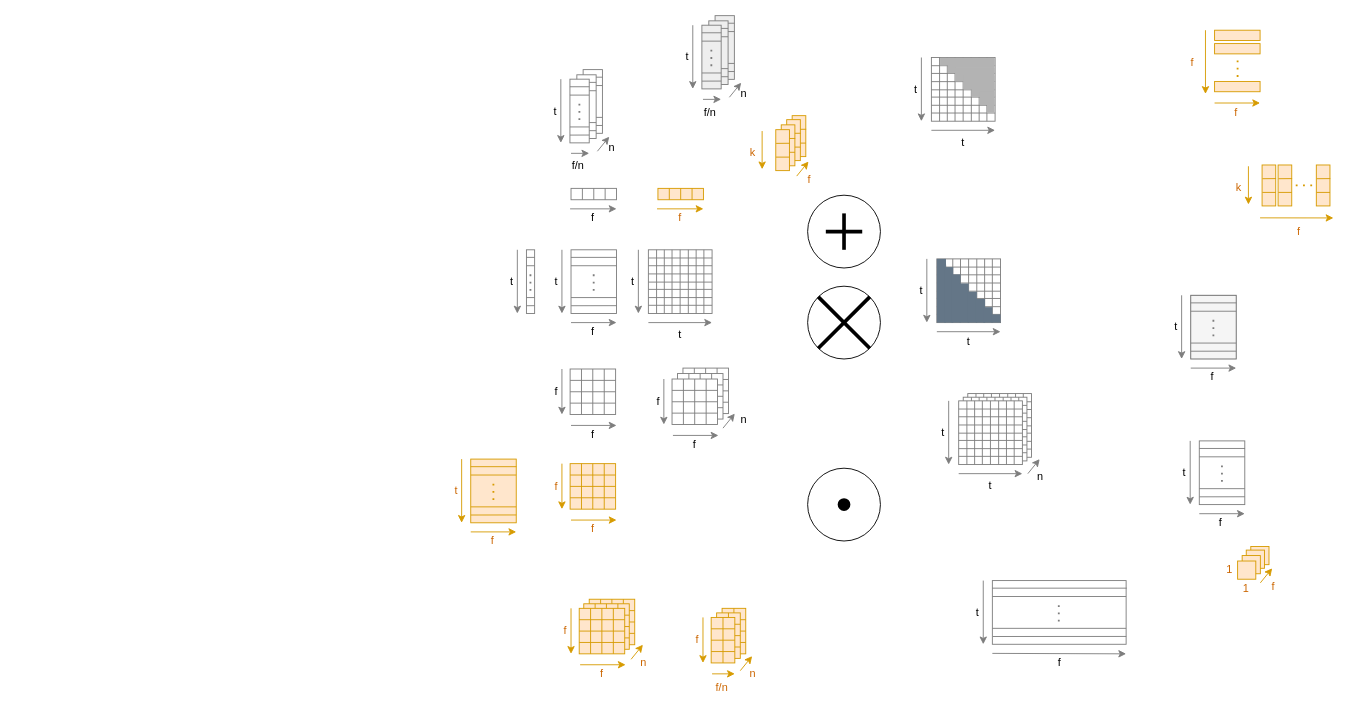
The draw.io diagram page "Base Figures" (1 of 6) of Untitled Diagram.drawio in OleguerCanal/diagrams, before the edit. Source tidied: cells renumbered, new cells numbered last; positions are measured from the earlier drawing's top-left corner, leaving out a move shared by most shapes. Both pictures are drawn from the tidied source at 91%, with x=0, y=0 at pixel (451, 15).
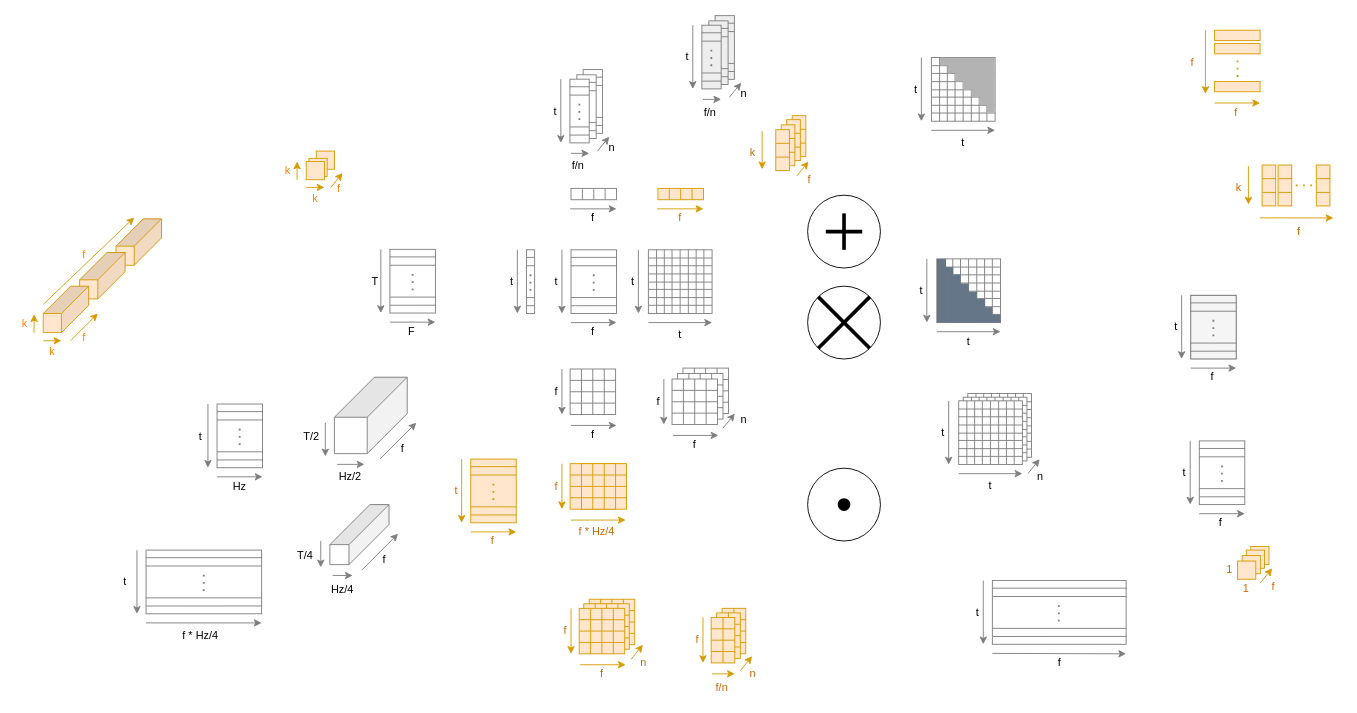
After the change.

The change refers to these unchanged cells:
```xml
<mxCell id="174" style="rounded=0;whiteSpace=wrap;html=1;strokeColor=#d79b00;fillColor=#ffe6cc;" parent="1" vertex="1">
  <mxGeometry x="130" y="492" width="50" height="50" as="geometry" />
</mxCell>
```

Change to the diagram source:
```diff
@@
+    <mxCell id="394" style="rounded=0;whiteSpace=wrap;html=1;strokeColor=#d79b00;fillColor=#ffe6cc;" parent="1" vertex="1">
+      <mxGeometry x="142" y="492" width="50" height="50" as="geometry" />
+    </mxCell>
+    <mxCell id="395" style="shape=cube;whiteSpace=wrap;html=1;boundedLbl=1;backgroundOutline=1;darkOpacity=0.05;darkOpacity2=0.1;strokeColor=#d79b00;direction=south;fillColor=#ffe6cc;size=30;" parent="1" vertex="1">
+      <mxGeometry x="-369" y="223" width="50" height="51" as="geometry" />
+    </mxCell>
+    <mxCell id="396" style="shape=cube;whiteSpace=wrap;html=1;boundedLbl=1;backgroundOutline=1;darkOpacity=0.05;darkOpacity2=0.1;strokeColor=#d79b00;direction=south;fillColor=#ffe6cc;size=30;" parent="1" vertex="1">
+      <mxGeometry x="-409" y="260" width="50" height="51" as="geometry" />
+    </mxCell>
@@
     <mxCell id="175" style="endArrow=classic;html=1;rounded=0;strokeColor=#d79b00;fillColor=#ffe6cc;" parent="1" edge="1">
       <mxGeometry relative="1" as="geometry">
         <mxPoint x="131" y="554" as="sourcePoint" />
-        <mxPoint x="181" y="554" as="targetPoint" />
+        <mxPoint x="191" y="554" as="targetPoint" />
       </mxGeometry>
     </mxCell>
-    <mxCell id="176" value="f" style="text;html=1;strokeColor=none;fillColor=none;align=center;verticalAlign=middle;whiteSpace=wrap;rounded=0;fontColor=#CC6600;" parent="1" vertex="1">
-      <mxGeometry x="150" y="554" width="10" height="20" as="geometry" />
+    <mxCell id="176" value="f * Hz/4" style="text;html=1;strokeColor=none;fillColor=none;align=center;verticalAlign=middle;whiteSpace=wrap;rounded=0;fontColor=#CC6600;" parent="1" vertex="1">
+      <mxGeometry x="130" y="557" width="59" height="20" as="geometry" />
     </mxCell>
-    <mxCell id="177" style="endArrow=none;html=1;rounded=0;entryX=1;entryY=0.5;entryDx=0;entryDy=0;exitX=0;exitY=0.5;exitDx=0;exitDy=0;strokeColor=#d79b00;fillColor=#ffe6cc;" parent="1" edge="1" source="174" target="174">
+    <mxCell id="177" style="endArrow=none;html=1;rounded=0;entryX=1;entryY=0.5;entryDx=0;entryDy=0;exitX=0;exitY=0.5;exitDx=0;exitDy=0;strokeColor=#d79b00;fillColor=#ffe6cc;" parent="1" edge="1" source="174" target="394">
       <mxGeometry relative="1" as="geometry" />
     </mxCell>
-    <mxCell id="178" style="endArrow=none;html=1;rounded=0;entryX=1;entryY=0.75;entryDx=0;entryDy=0;exitX=0;exitY=0.75;exitDx=0;exitDy=0;strokeColor=#d79b00;fillColor=#ffe6cc;" parent="1" edge="1" source="174" target="174">
+    <mxCell id="178" style="endArrow=none;html=1;rounded=0;entryX=1;entryY=0.75;entryDx=0;entryDy=0;exitX=0;exitY=0.75;exitDx=0;exitDy=0;strokeColor=#d79b00;fillColor=#ffe6cc;" parent="1" edge="1" source="174" target="394">
       <mxGeometry relative="1" as="geometry" />
     </mxCell>
-    <mxCell id="179" style="endArrow=none;html=1;rounded=0;entryX=1;entryY=0.25;entryDx=0;entryDy=0;exitX=0;exitY=0.25;exitDx=0;exitDy=0;strokeColor=#d79b00;fillColor=#ffe6cc;" parent="1" edge="1" source="174" target="174">
+    <mxCell id="179" style="endArrow=none;html=1;rounded=0;entryX=1;entryY=0.25;entryDx=0;entryDy=0;exitX=0;exitY=0.25;exitDx=0;exitDy=0;strokeColor=#d79b00;fillColor=#ffe6cc;" parent="1" edge="1" source="174" target="394">
       <mxGeometry relative="1" as="geometry" />
     </mxCell>
@@
+    <mxCell id="397" style="rounded=0;whiteSpace=wrap;html=1;strokeColor=#7D7D7D;" parent="1" vertex="1">
+      <mxGeometry x="-68" y="256.5" width="50" height="70" as="geometry" />
+    </mxCell>
+    <mxCell id="398" style="endArrow=none;html=1;rounded=0;entryX=1;entryY=0.25;entryDx=0;entryDy=0;exitX=0;exitY=0.25;exitDx=0;exitDy=0;strokeColor=#7D7D7D;" parent="1" edge="1" source="397" target="397">
+      <mxGeometry relative="1" as="geometry" />
+    </mxCell>
+    <mxCell id="399" style="endArrow=none;html=1;rounded=0;entryX=1;entryY=0.75;entryDx=0;entryDy=0;exitX=0;exitY=0.75;exitDx=0;exitDy=0;strokeColor=#7D7D7D;" parent="1" edge="1" source="397" target="397">
+      <mxGeometry relative="1" as="geometry" />
+    </mxCell>
+    <mxCell id="400" style="endArrow=none;html=1;rounded=0;exitX=-0.002;exitY=0.119;exitDx=0;exitDy=0;exitPerimeter=0;entryX=1.005;entryY=0.119;entryDx=0;entryDy=0;entryPerimeter=0;strokeColor=#7D7D7D;" parent="1" edge="1" source="397" target="397">
+      <mxGeometry relative="1" as="geometry" />
+    </mxCell>
+    <mxCell id="401" style="endArrow=none;html=1;rounded=0;exitX=0.003;exitY=0.878;exitDx=0;exitDy=0;exitPerimeter=0;entryX=1.001;entryY=0.877;entryDx=0;entryDy=0;entryPerimeter=0;strokeColor=#7D7D7D;" parent="1" edge="1" source="397" target="397">
+      <mxGeometry relative="1" as="geometry" />
+    </mxCell>
+    <mxCell id="402" style="endArrow=none;dashed=1;html=1;dashPattern=1 3;strokeWidth=2;rounded=0;strokeColor=#7D7D7D;" parent="1" edge="1">
+      <mxGeometry relative="1" as="geometry">
+        <mxPoint x="-43.1" y="301.5" as="sourcePoint" />
+        <mxPoint x="-43.1" y="281.5" as="targetPoint" />
+        <Array as="points">
+          <mxPoint x="-43.1" y="301.5" />
+        </Array>
+      </mxGeometry>
+    </mxCell>
+    <mxCell id="403" style="endArrow=classic;html=1;rounded=0;strokeColor=#7D7D7D;" parent="1" edge="1">
+      <mxGeometry relative="1" as="geometry">
+        <mxPoint x="-78" y="256.5" as="sourcePoint" />
+        <mxPoint x="-78" y="326.5" as="targetPoint" />
+      </mxGeometry>
+    </mxCell>
+    <mxCell id="404" style="endArrow=classic;html=1;rounded=0;strokeColor=#7D7D7D;" parent="1" edge="1">
+      <mxGeometry relative="1" as="geometry">
+        <mxPoint x="-68" y="336.5" as="sourcePoint" />
+        <mxPoint x="-18" y="336.5" as="targetPoint" />
+      </mxGeometry>
+    </mxCell>
+    <mxCell id="405" value="T" style="text;html=1;strokeColor=none;fillColor=none;align=center;verticalAlign=middle;whiteSpace=wrap;rounded=0;" parent="1" vertex="1">
+      <mxGeometry x="-89" y="276.5" width="10" height="30" as="geometry" />
+    </mxCell>
+    <mxCell id="406" value="F" style="text;html=1;strokeColor=none;fillColor=none;align=center;verticalAlign=middle;whiteSpace=wrap;rounded=0;" parent="1" vertex="1">
+      <mxGeometry x="-49" y="336.5" width="10" height="20" as="geometry" />
+    </mxCell>
+    <mxCell id="407" style="endArrow=classic;html=1;rounded=0;strokeColor=#7D7D7D;" parent="1" edge="1">
+      <mxGeometry relative="1" as="geometry">
+        <mxPoint x="-139" y="447" as="sourcePoint" />
+        <mxPoint x="-139" y="484" as="targetPoint" />
+      </mxGeometry>
+    </mxCell>
+    <mxCell id="408" style="endArrow=classic;html=1;rounded=0;strokeColor=#7D7D7D;" parent="1" edge="1">
+      <mxGeometry relative="1" as="geometry">
+        <mxPoint x="-126" y="492.8" as="sourcePoint" />
+        <mxPoint x="-96" y="492.8" as="targetPoint" />
+      </mxGeometry>
+    </mxCell>
+    <mxCell id="409" value="T/2" style="text;html=1;strokeColor=none;fillColor=none;align=center;verticalAlign=middle;whiteSpace=wrap;rounded=0;" parent="1" vertex="1">
+      <mxGeometry x="-171" y="446.5" width="34" height="30" as="geometry" />
+    </mxCell>
+    <mxCell id="410" value="Hz/2" style="text;html=1;strokeColor=none;fillColor=none;align=center;verticalAlign=middle;whiteSpace=wrap;rounded=0;" parent="1" vertex="1">
+      <mxGeometry x="-137" y="496" width="51" height="20" as="geometry" />
+    </mxCell>
+    <mxCell id="411" style="shape=cube;whiteSpace=wrap;html=1;boundedLbl=1;backgroundOutline=1;darkOpacity=0.05;darkOpacity2=0.1;strokeColor=#7D7D7D;direction=south;size=44;" parent="1" vertex="1">
+      <mxGeometry x="-129" y="397" width="80" height="84" as="geometry" />
+    </mxCell>
+    <mxCell id="412" style="endArrow=classic;html=1;rounded=0;strokeColor=#7D7D7D;" parent="1" edge="1">
+      <mxGeometry relative="1" as="geometry">
+        <mxPoint x="-79" y="487" as="sourcePoint" />
+        <mxPoint x="-39" y="447" as="targetPoint" />
+      </mxGeometry>
+    </mxCell>
+    <mxCell id="413" value="f" style="text;html=1;strokeColor=none;fillColor=none;align=center;verticalAlign=middle;whiteSpace=wrap;rounded=0;" parent="1" vertex="1">
+      <mxGeometry x="-59" y="461" width="10" height="30" as="geometry" />
+    </mxCell>
+    <mxCell id="414" style="rounded=0;whiteSpace=wrap;html=1;strokeColor=#7D7D7D;" parent="1" vertex="1">
+      <mxGeometry x="-258" y="426.5" width="50" height="70" as="geometry" />
+    </mxCell>
+    <mxCell id="415" style="endArrow=none;html=1;rounded=0;entryX=1;entryY=0.25;entryDx=0;entryDy=0;exitX=0;exitY=0.25;exitDx=0;exitDy=0;strokeColor=#7D7D7D;" parent="1" edge="1" source="414" target="414">
+      <mxGeometry relative="1" as="geometry" />
+    </mxCell>
+    <mxCell id="416" style="endArrow=none;html=1;rounded=0;entryX=1;entryY=0.75;entryDx=0;entryDy=0;exitX=0;exitY=0.75;exitDx=0;exitDy=0;strokeColor=#7D7D7D;" parent="1" edge="1" source="414" target="414">
+      <mxGeometry relative="1" as="geometry" />
+    </mxCell>
+    <mxCell id="417" style="endArrow=none;html=1;rounded=0;exitX=-0.002;exitY=0.119;exitDx=0;exitDy=0;exitPerimeter=0;entryX=1.005;entryY=0.119;entryDx=0;entryDy=0;entryPerimeter=0;strokeColor=#7D7D7D;" parent="1" edge="1" source="414" target="414">
+      <mxGeometry relative="1" as="geometry" />
+    </mxCell>
+    <mxCell id="418" style="endArrow=none;html=1;rounded=0;exitX=0.003;exitY=0.878;exitDx=0;exitDy=0;exitPerimeter=0;entryX=1.001;entryY=0.877;entryDx=0;entryDy=0;entryPerimeter=0;strokeColor=#7D7D7D;" parent="1" edge="1" source="414" target="414">
+      <mxGeometry relative="1" as="geometry" />
+    </mxCell>
+    <mxCell id="419" style="endArrow=none;dashed=1;html=1;dashPattern=1 3;strokeWidth=2;rounded=0;strokeColor=#7D7D7D;" parent="1" edge="1">
+      <mxGeometry relative="1" as="geometry">
+        <mxPoint x="-233.1" y="471.5" as="sourcePoint" />
+        <mxPoint x="-233.1" y="451.5" as="targetPoint" />
+        <Array as="points">
+          <mxPoint x="-233.1" y="471.5" />
+        </Array>
+      </mxGeometry>
+    </mxCell>
+    <mxCell id="420" style="endArrow=classic;html=1;rounded=0;strokeColor=#7D7D7D;" parent="1" edge="1">
+      <mxGeometry relative="1" as="geometry">
+        <mxPoint x="-268" y="426.5" as="sourcePoint" />
+        <mxPoint x="-268" y="496.5" as="targetPoint" />
+      </mxGeometry>
+    </mxCell>
+    <mxCell id="421" style="endArrow=classic;html=1;rounded=0;strokeColor=#7D7D7D;" parent="1" edge="1">
+      <mxGeometry relative="1" as="geometry">
+        <mxPoint x="-258" y="506.5" as="sourcePoint" />
+        <mxPoint x="-208" y="506.5" as="targetPoint" />
+      </mxGeometry>
+    </mxCell>
+    <mxCell id="422" value="t" style="text;html=1;strokeColor=none;fillColor=none;align=center;verticalAlign=middle;whiteSpace=wrap;rounded=0;" parent="1" vertex="1">
+      <mxGeometry x="-281" y="446.5" width="10" height="30" as="geometry" />
+    </mxCell>
+    <mxCell id="423" value="Hz" style="text;html=1;strokeColor=none;fillColor=none;align=center;verticalAlign=middle;whiteSpace=wrap;rounded=0;" parent="1" vertex="1">
+      <mxGeometry x="-238" y="507" width="10" height="20" as="geometry" />
+    </mxCell>
+    <mxCell id="424" style="shape=cube;whiteSpace=wrap;html=1;boundedLbl=1;backgroundOutline=1;darkOpacity=0.05;darkOpacity2=0.1;strokeColor=#d79b00;direction=south;fillColor=#ffe6cc;size=30;" parent="1" vertex="1">
+      <mxGeometry x="-449" y="297" width="50" height="51" as="geometry" />
+    </mxCell>
+    <mxCell id="425" value="&lt;font color=&quot;#ff8000&quot;&gt;f&lt;/font&gt;" style="text;html=1;strokeColor=none;fillColor=none;align=center;verticalAlign=middle;whiteSpace=wrap;rounded=0;" parent="1" vertex="1">
+      <mxGeometry x="-409" y="338.5" width="10" height="30" as="geometry" />
+    </mxCell>
+    <mxCell id="426" style="endArrow=classic;html=1;rounded=0;strokeColor=#d79b00;fillColor=#ffe6cc;" parent="1" edge="1">
+      <mxGeometry relative="1" as="geometry">
+        <mxPoint x="-419" y="357" as="sourcePoint" />
+        <mxPoint x="-389" y="327" as="targetPoint" />
+      </mxGeometry>
+    </mxCell>
+    <mxCell id="427" value="&lt;font color=&quot;#ff8000&quot;&gt;f&lt;/font&gt;" style="text;html=1;strokeColor=none;fillColor=none;align=center;verticalAlign=middle;whiteSpace=wrap;rounded=0;" parent="1" vertex="1">
+      <mxGeometry x="-409" y="247" width="10" height="30" as="geometry" />
+    </mxCell>
+    <mxCell id="428" style="endArrow=classic;html=1;rounded=0;strokeColor=#d79b00;fillColor=#ffe6cc;" parent="1" edge="1">
+      <mxGeometry relative="1" as="geometry">
+        <mxPoint x="-449" y="317" as="sourcePoint" />
+        <mxPoint x="-349" y="221.5" as="targetPoint" />
+      </mxGeometry>
+    </mxCell>
+    <mxCell id="429" value="k" style="text;html=1;strokeColor=none;fillColor=none;align=center;verticalAlign=middle;whiteSpace=wrap;rounded=0;fontColor=#FF8000;" parent="1" vertex="1">
+      <mxGeometry x="-479" y="327.9" width="20" height="20" as="geometry" />
+    </mxCell>
+    <mxCell id="430" style="endArrow=classic;html=1;rounded=0;strokeColor=#d79b00;fillColor=#ffe6cc;entryX=1;entryY=0;entryDx=0;entryDy=0;" parent="1" edge="1" target="429">
+      <mxGeometry relative="1" as="geometry">
+        <mxPoint x="-459.1" y="348" as="sourcePoint" />
+      </mxGeometry>
+    </mxCell>
+    <mxCell id="431" value="k" style="text;html=1;strokeColor=none;fillColor=none;align=center;verticalAlign=middle;whiteSpace=wrap;rounded=0;fontColor=#FF8000;" parent="1" vertex="1">
+      <mxGeometry x="-449" y="359.1" width="20" height="20" as="geometry" />
+    </mxCell>
+    <mxCell id="432" style="endArrow=classic;html=1;rounded=0;strokeColor=#d79b00;fillColor=#ffe6cc;" parent="1" edge="1">
+      <mxGeometry relative="1" as="geometry">
+        <mxPoint x="-449" y="357" as="sourcePoint" />
+        <mxPoint x="-429" y="357" as="targetPoint" />
+      </mxGeometry>
+    </mxCell>
+    <mxCell id="433" style="whiteSpace=wrap;html=1;strokeColor=#d79b00;fillColor=#ffe6cc;" parent="1" vertex="1">
+      <mxGeometry x="-149" y="148.5" width="20" height="20" as="geometry" />
+    </mxCell>
+    <mxCell id="434" style="whiteSpace=wrap;html=1;strokeColor=#d79b00;fillColor=#ffe6cc;" parent="1" vertex="1">
+      <mxGeometry x="-157" y="156.5" width="20" height="20" as="geometry" />
+    </mxCell>
+    <mxCell id="435" style="whiteSpace=wrap;html=1;strokeColor=#d79b00;fillColor=#ffe6cc;" parent="1" vertex="1">
+      <mxGeometry x="-160" y="160" width="20" height="20" as="geometry" />
+    </mxCell>
+    <mxCell id="436" value="k" style="text;html=1;strokeColor=none;fillColor=none;align=center;verticalAlign=middle;whiteSpace=wrap;rounded=0;fontColor=#FF8000;" parent="1" vertex="1">
+      <mxGeometry x="-160" y="190.5" width="20" height="20" as="geometry" />
+    </mxCell>
+    <mxCell id="437" value="k" style="text;html=1;strokeColor=none;fillColor=none;align=center;verticalAlign=middle;whiteSpace=wrap;rounded=0;fontColor=#FF8000;" parent="1" vertex="1">
+      <mxGeometry x="-190" y="160" width="20" height="20" as="geometry" />
+    </mxCell>
+    <mxCell id="438" value="&lt;font color=&quot;#ff8000&quot;&gt;f&lt;/font&gt;" style="text;html=1;strokeColor=none;fillColor=none;align=center;verticalAlign=middle;whiteSpace=wrap;rounded=0;" parent="1" vertex="1">
+      <mxGeometry x="-129" y="174.5" width="10" height="30" as="geometry" />
+    </mxCell>
+    <mxCell id="439" style="endArrow=classic;html=1;rounded=0;strokeColor=#d79b00;fillColor=#ffe6cc;" parent="1" edge="1">
+      <mxGeometry relative="1" as="geometry">
+        <mxPoint x="-133" y="188.5" as="sourcePoint" />
+        <mxPoint x="-120" y="172.5" as="targetPoint" />
+      </mxGeometry>
+    </mxCell>
+    <mxCell id="440" style="endArrow=classic;html=1;rounded=0;strokeColor=#d79b00;fillColor=#ffe6cc;" parent="1" edge="1">
+      <mxGeometry relative="1" as="geometry">
+        <mxPoint x="-160" y="188.4" as="sourcePoint" />
+        <mxPoint x="-140" y="188.4" as="targetPoint" />
+      </mxGeometry>
+    </mxCell>
+    <mxCell id="441" style="endArrow=classic;html=1;rounded=0;strokeColor=#d79b00;fillColor=#ffe6cc;entryX=1;entryY=0;entryDx=0;entryDy=0;" parent="1" edge="1" target="437">
+      <mxGeometry relative="1" as="geometry">
+        <mxPoint x="-170.1" y="180.1" as="sourcePoint" />
+      </mxGeometry>
+    </mxCell>
+    <mxCell id="442" style="rounded=0;whiteSpace=wrap;html=1;strokeColor=#7D7D7D;" parent="1" vertex="1">
+      <mxGeometry x="-336" y="587" width="127" height="70" as="geometry" />
+    </mxCell>
+    <mxCell id="443" style="endArrow=none;html=1;rounded=0;entryX=1;entryY=0.25;entryDx=0;entryDy=0;exitX=0;exitY=0.25;exitDx=0;exitDy=0;strokeColor=#7D7D7D;" parent="1" edge="1" source="442" target="442">
+      <mxGeometry relative="1" as="geometry" />
+    </mxCell>
+    <mxCell id="444" style="endArrow=none;html=1;rounded=0;entryX=1;entryY=0.75;entryDx=0;entryDy=0;exitX=0;exitY=0.75;exitDx=0;exitDy=0;strokeColor=#7D7D7D;" parent="1" edge="1" source="442" target="442">
+      <mxGeometry relative="1" as="geometry" />
+    </mxCell>
+    <mxCell id="445" style="endArrow=none;html=1;rounded=0;exitX=-0.002;exitY=0.119;exitDx=0;exitDy=0;exitPerimeter=0;entryX=1.005;entryY=0.119;entryDx=0;entryDy=0;entryPerimeter=0;strokeColor=#7D7D7D;" parent="1" edge="1" source="442" target="442">
+      <mxGeometry relative="1" as="geometry" />
+    </mxCell>
+    <mxCell id="446" style="endArrow=none;html=1;rounded=0;exitX=0.003;exitY=0.878;exitDx=0;exitDy=0;exitPerimeter=0;entryX=1.001;entryY=0.877;entryDx=0;entryDy=0;entryPerimeter=0;strokeColor=#7D7D7D;" parent="1" edge="1" source="442" target="442">
+      <mxGeometry relative="1" as="geometry" />
+    </mxCell>
+    <mxCell id="447" style="endArrow=none;dashed=1;html=1;dashPattern=1 3;strokeWidth=2;rounded=0;strokeColor=#7D7D7D;" parent="1" edge="1">
+      <mxGeometry relative="1" as="geometry">
+        <mxPoint x="-272.6" y="632" as="sourcePoint" />
+        <mxPoint x="-272.6" y="612" as="targetPoint" />
+        <Array as="points">
+          <mxPoint x="-272.6" y="632" />
+        </Array>
+      </mxGeometry>
+    </mxCell>
+    <mxCell id="448" style="endArrow=classic;html=1;rounded=0;strokeColor=#7D7D7D;" parent="1" edge="1">
+      <mxGeometry relative="1" as="geometry">
+        <mxPoint x="-346" y="587" as="sourcePoint" />
+        <mxPoint x="-346" y="657" as="targetPoint" />
+      </mxGeometry>
+    </mxCell>
+    <mxCell id="449" style="endArrow=classic;html=1;rounded=0;strokeColor=#7D7D7D;" parent="1" edge="1">
+      <mxGeometry relative="1" as="geometry">
+        <mxPoint x="-336" y="667" as="sourcePoint" />
+        <mxPoint x="-209" y="667" as="targetPoint" />
+      </mxGeometry>
+    </mxCell>
+    <mxCell id="450" value="t" style="text;html=1;strokeColor=none;fillColor=none;align=center;verticalAlign=middle;whiteSpace=wrap;rounded=0;" parent="1" vertex="1">
+      <mxGeometry x="-369" y="607" width="20" height="30" as="geometry" />
+    </mxCell>
+    <mxCell id="451" value="f * Hz/4" style="text;html=1;strokeColor=none;fillColor=none;align=center;verticalAlign=middle;whiteSpace=wrap;rounded=0;" parent="1" vertex="1">
+      <mxGeometry x="-305" y="670.5" width="58" height="20" as="geometry" />
+    </mxCell>
+    <mxCell id="452" style="endArrow=classic;html=1;rounded=0;strokeColor=#7D7D7D;" parent="1" edge="1">
+      <mxGeometry relative="1" as="geometry">
+        <mxPoint x="-144" y="577" as="sourcePoint" />
+        <mxPoint x="-144" y="606" as="targetPoint" />
+      </mxGeometry>
+    </mxCell>
+    <mxCell id="453" style="endArrow=classic;html=1;rounded=0;strokeColor=#7D7D7D;" parent="1" edge="1">
+      <mxGeometry relative="1" as="geometry">
+        <mxPoint x="-131" y="614.8" as="sourcePoint" />
+        <mxPoint x="-109" y="615" as="targetPoint" />
+      </mxGeometry>
+    </mxCell>
+    <mxCell id="454" value="T/4" style="text;html=1;strokeColor=none;fillColor=none;align=center;verticalAlign=middle;whiteSpace=wrap;rounded=0;" parent="1" vertex="1">
+      <mxGeometry x="-182" y="578" width="42" height="30" as="geometry" />
+    </mxCell>
+    <mxCell id="455" value="Hz/4" style="text;html=1;strokeColor=none;fillColor=none;align=center;verticalAlign=middle;whiteSpace=wrap;rounded=0;" parent="1" vertex="1">
+      <mxGeometry x="-140" y="620.5" width="40" height="20" as="geometry" />
+    </mxCell>
+    <mxCell id="456" style="shape=cube;whiteSpace=wrap;html=1;boundedLbl=1;backgroundOutline=1;darkOpacity=0.05;darkOpacity2=0.1;strokeColor=#7D7D7D;direction=south;size=44;" parent="1" vertex="1">
+      <mxGeometry x="-134" y="537" width="65" height="66" as="geometry" />
+    </mxCell>
+    <mxCell id="457" style="endArrow=classic;html=1;rounded=0;strokeColor=#7D7D7D;" parent="1" edge="1">
+      <mxGeometry relative="1" as="geometry">
+        <mxPoint x="-99" y="609" as="sourcePoint" />
+        <mxPoint x="-59" y="569" as="targetPoint" />
+      </mxGeometry>
+    </mxCell>
+    <mxCell id="458" value="f" style="text;html=1;strokeColor=none;fillColor=none;align=center;verticalAlign=middle;whiteSpace=wrap;rounded=0;" parent="1" vertex="1">
+      <mxGeometry x="-79" y="583" width="10" height="30" as="geometry" />
+    </mxCell>
```
